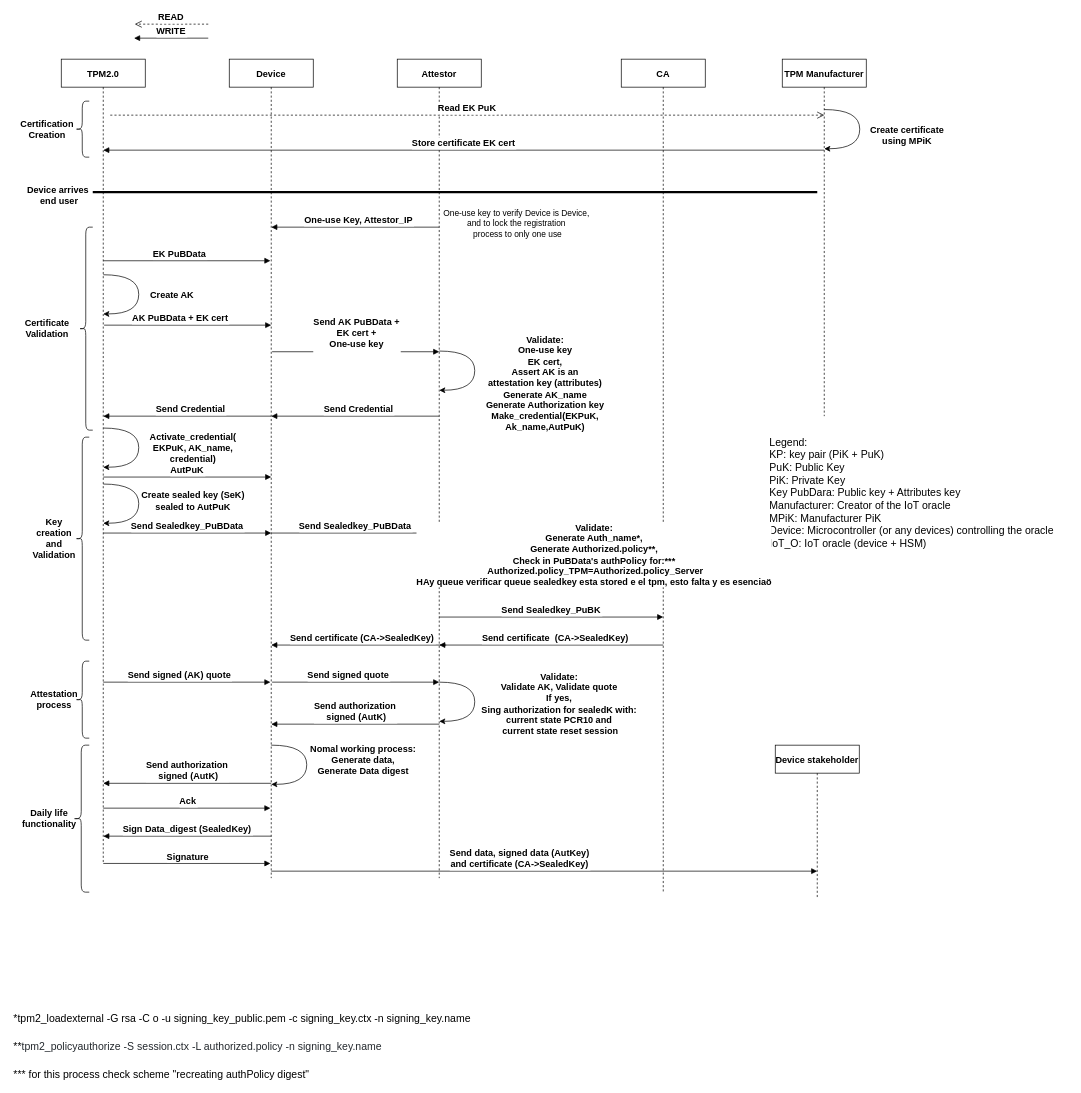
Above: server_remote/Scheme.drawio in ernesto418/Remote_attestation_server (draw.io), before the change. Source tidied: cells renumbered, new cells numbered last; positions are measured from the earlier drawing's top-left corner, leaving out a move shared by most shapes. Both pictures are drawn from the tidied source at 70%, with x=0, y=0 at pixel (12, 24).
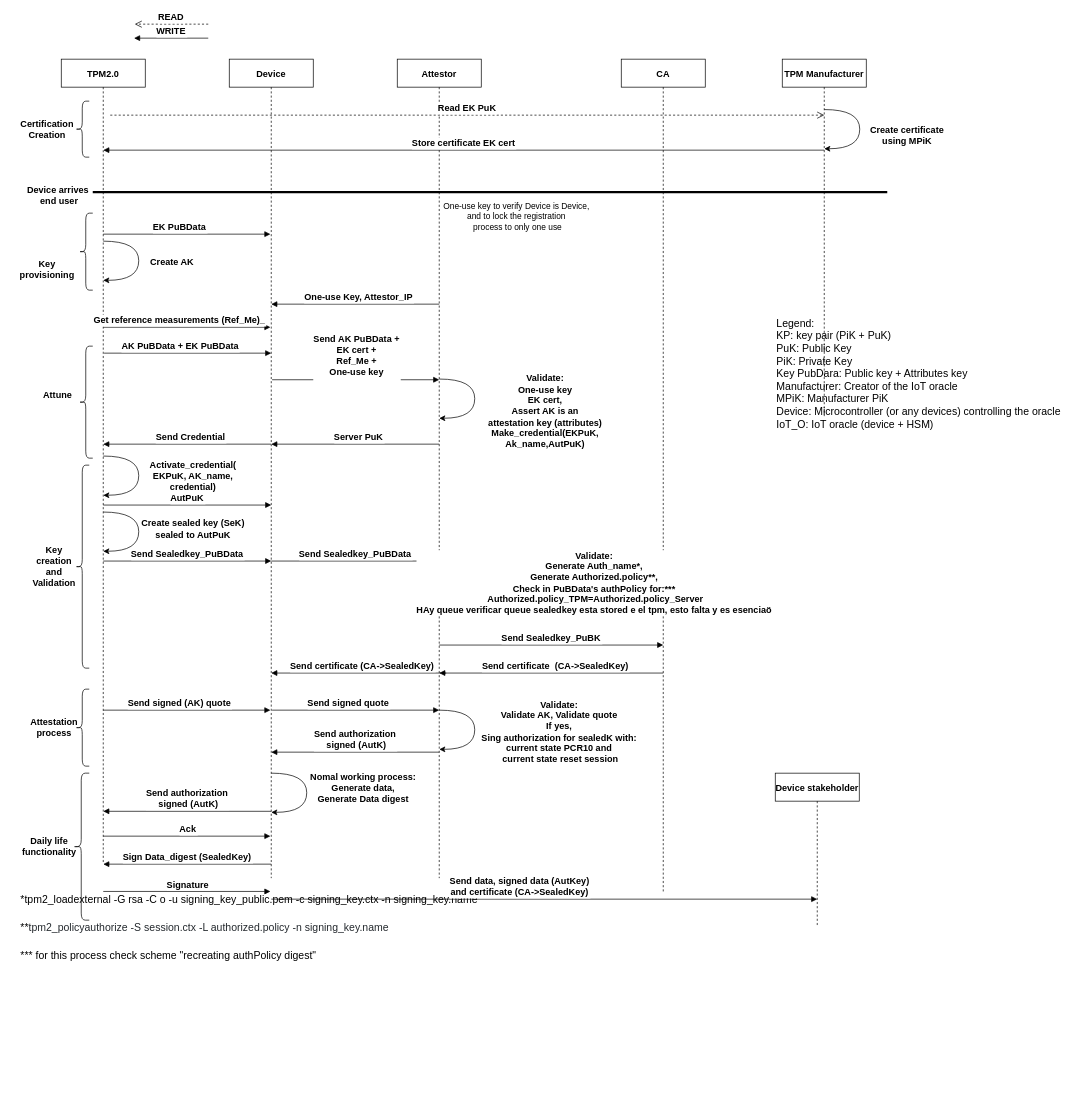
Above is the later version.

The edit, as a diff of the source:
```diff
@@
     <mxCell id="11" style="group;fontStyle=1;fontSize=13;" parent="1" vertex="1">
-      <mxGeometry x="45" y="290" width="70" height="290" as="geometry" />
+      <mxGeometry x="45" y="330" width="70" height="290" as="geometry" />
     </mxCell>
     <mxCell id="12" style="shape=curlyBracket;whiteSpace=wrap;html=1;rounded=1;size=0.5;fontStyle=1;fontSize=13;" parent="11" vertex="1">
-      <mxGeometry x="50" width="20" height="290" as="geometry" />
+      <mxGeometry x="50" y="130" width="20" height="160" as="geometry" />
     </mxCell>
+    <mxCell id="23" value="Attune" style="text;html=1;strokeColor=none;fillColor=none;align=center;verticalAlign=middle;whiteSpace=wrap;rounded=0;fontStyle=1;fontSize=13;" parent="11" vertex="1">
+      <mxGeometry y="190" width="40" height="20" as="geometry" />
+    </mxCell>
@@
     <mxCell id="17" value="&lt;font style=&quot;font-size: 15px&quot;&gt;&lt;span&gt;Legend:&lt;/span&gt;&lt;br&gt;KP: key pair (PiK + PuK)&lt;br&gt;&lt;span style=&quot;font-size: 15px&quot;&gt;PuK: Public Key&lt;/span&gt;&lt;br&gt;&lt;span style=&quot;font-size: 15px&quot;&gt;PiK: Private Key&lt;br&gt;&lt;/span&gt;Key PubDara: Public key + Attributes key&lt;br&gt;&lt;span style=&quot;font-size: 15px&quot;&gt;Manufacturer: Creator of the IoT oracle&lt;/span&gt;&lt;br&gt;&lt;span style=&quot;font-size: 15px&quot;&gt;MPiK: Manufacturer PiK&lt;/span&gt;&lt;br&gt;&lt;span style=&quot;font-size: 15px&quot;&gt;Device: Microcontroller (or any devices) controlling the oracle&lt;/span&gt;&lt;br&gt;&lt;div&gt;&lt;span&gt;&lt;font style=&quot;font-size: 15px&quot;&gt;IoT_O: IoT oracle (device + HSM)&lt;/font&gt;&lt;/span&gt;&lt;/div&gt;&lt;br&gt;&lt;/font&gt;" style="text;html=1;align=left;verticalAlign=middle;strokeColor=none;" parent="1" vertex="1">
-      <mxGeometry x="1080" y="603" width="420" height="150" as="geometry" />
+      <mxGeometry x="1090" y="433" width="420" height="150" as="geometry" />
     </mxCell>
@@
-    <mxCell id="19" value="Send AK PuBData +&#10;EK cert +&#10;One-use key&#10;" style="verticalAlign=bottom;endArrow=block;shadow=0;strokeWidth=1;fontStyle=1;fontSize=13;" parent="1" edge="1">
+    <mxCell id="19" value="Send AK PuBData +&#10;EK cert +&#10;Ref_Me +&#10;One-use key&#10;" style="verticalAlign=bottom;endArrow=block;shadow=0;strokeWidth=1;fontStyle=1;fontSize=13;" parent="1" edge="1">
       <mxGeometry x="0.01" y="-15" relative="1" as="geometry">
-        <mxPoint x="371.2" y="468" as="sourcePoint" />
-        <mxPoint x="610" y="468" as="targetPoint" />
+        <mxPoint x="371.2" y="508" as="sourcePoint" />
+        <mxPoint x="610" y="508" as="targetPoint" />
       </mxGeometry>
     </mxCell>
     <mxCell id="20" style="curved=1;endArrow=classic;html=1;" parent="1" edge="1">
       <mxGeometry relative="1" as="geometry">
-        <mxPoint x="130" y="358" as="sourcePoint" />
-        <mxPoint x="130" y="414" as="targetPoint" />
+        <mxPoint x="130" y="310" as="sourcePoint" />
+        <mxPoint x="130" y="366" as="targetPoint" />
         <Array as="points">
-          <mxPoint x="180.7" y="358" />
-          <mxPoint x="180.7" y="414" />
+          <mxPoint x="180.7" y="310" />
+          <mxPoint x="180.7" y="366" />
         </Array>
       </mxGeometry>
     </mxCell>
@@
     <mxCell id="22" value="&lt;font style=&quot;font-size: 15px&quot;&gt;*tpm2_loadexternal -G rsa -C o -u signing_key_public.pem -c signing_key.ctx -n signing_key.name&lt;/font&gt;" style="text;html=1;align=left;verticalAlign=middle;strokeColor=none;" parent="1" vertex="1">
-      <mxGeometry y="1410" width="670" height="20" as="geometry" />
+      <mxGeometry x="10" y="1240" width="670" height="20" as="geometry" />
     </mxCell>
-    <mxCell id="23" value="Certificate&lt;br&gt;Validation" style="text;html=1;strokeColor=none;fillColor=none;align=center;verticalAlign=middle;whiteSpace=wrap;rounded=0;fontStyle=1;fontSize=13;" parent="1" vertex="1">
-      <mxGeometry x="30" y="425" width="40" height="20" as="geometry" />
-    </mxCell>
     <mxCell id="24" value="AutPuK" style="verticalAlign=bottom;endArrow=block;shadow=0;strokeWidth=1;fontStyle=1;fontSize=13;" parent="1" edge="1">
       <mxGeometry relative="1" as="geometry">
-        <mxPoint x="130" y="647" as="sourcePoint" />
-        <mxPoint x="370" y="647" as="targetPoint" />
+        <mxPoint x="130" y="687" as="sourcePoint" />
+        <mxPoint x="370" y="687" as="targetPoint" />
       </mxGeometry>
     </mxCell>
@@
     <mxCell id="26" style="endArrow=none;html=1;strokeWidth=3;" parent="1" edge="1">
       <mxGeometry relative="1" as="geometry">
         <mxPoint x="115" y="240" as="sourcePoint" />
-        <mxPoint x="1150" y="240" as="targetPoint" />
+        <mxPoint x="1250" y="240" as="targetPoint" />
       </mxGeometry>
     </mxCell>
-    <mxCell id="27" value="AK PuBData + EK cert" style="verticalAlign=bottom;endArrow=block;shadow=0;strokeWidth=1;fontStyle=1;fontSize=13;" parent="1" edge="1">
+    <mxCell id="27" value="AK PuBData + EK PuBData" style="verticalAlign=bottom;endArrow=block;shadow=0;strokeWidth=1;fontStyle=1;fontSize=13;" parent="1" edge="1">
       <mxGeometry x="-0.09" relative="1" as="geometry">
-        <mxPoint x="131.2" y="430" as="sourcePoint" />
-        <mxPoint x="370" y="430" as="targetPoint" />
+        <mxPoint x="131.2" y="470" as="sourcePoint" />
+        <mxPoint x="370" y="470" as="targetPoint" />
       </mxGeometry>
     </mxCell>
     <mxCell id="28" value="EK PuBData" style="verticalAlign=bottom;endArrow=block;shadow=0;strokeWidth=1;fontStyle=1;fontSize=13;endFill=1;" parent="1" edge="1">
       <mxGeometry x="-0.09" relative="1" as="geometry">
-        <mxPoint x="130" y="338" as="sourcePoint" />
-        <mxPoint x="368.8" y="338" as="targetPoint" />
+        <mxPoint x="130" y="300" as="sourcePoint" />
+        <mxPoint x="368.8" y="300" as="targetPoint" />
       </mxGeometry>
     </mxCell>
     <mxCell id="29" style="curved=1;endArrow=classic;html=1;" parent="1" edge="1">
       <mxGeometry relative="1" as="geometry">
-        <mxPoint x="610" y="467" as="sourcePoint" />
-        <mxPoint x="610" y="523" as="targetPoint" />
+        <mxPoint x="610" y="507" as="sourcePoint" />
+        <mxPoint x="610" y="563" as="targetPoint" />
         <Array as="points">
-          <mxPoint x="660.7" y="467" />
-          <mxPoint x="660.7" y="523" />
+          <mxPoint x="660.7" y="507" />
+          <mxPoint x="660.7" y="563" />
         </Array>
       </mxGeometry>
     </mxCell>
-    <mxCell id="30" value="&lt;span style=&quot;font-size: 13px&quot;&gt;&lt;b&gt;Validate:&lt;br&gt;One-use key&lt;br&gt;&lt;/b&gt;&lt;/span&gt;&lt;span style=&quot;font-size: 13px ; font-weight: 700&quot;&gt;EK cert&lt;/span&gt;&lt;span style=&quot;font-size: 13px&quot;&gt;&lt;b&gt;,&lt;br&gt;Assert AK is an &lt;br&gt;attestation key (attributes)&lt;br&gt;&lt;/b&gt;&lt;/span&gt;&lt;span style=&quot;font-size: 13px&quot;&gt;&lt;b&gt;Generate AK_name&lt;br&gt;Generate Authorization key&lt;br&gt;Make_credential(EKPuK,&lt;br&gt;Ak_name,AutPuK)&lt;br&gt;&lt;br&gt;&lt;/b&gt;&lt;/span&gt;" style="edgeLabel;html=1;align=center;verticalAlign=middle;" parent="29" vertex="1">
+    <mxCell id="30" value="&lt;span style=&quot;font-size: 13px&quot;&gt;&lt;b&gt;Validate:&lt;br&gt;One-use key&lt;br&gt;&lt;/b&gt;&lt;/span&gt;&lt;span style=&quot;font-size: 13px ; font-weight: 700&quot;&gt;EK cert&lt;/span&gt;&lt;span style=&quot;font-size: 13px&quot;&gt;&lt;b&gt;,&lt;br&gt;Assert AK is an &lt;br&gt;attestation key (attributes)&lt;br&gt;&lt;/b&gt;&lt;/span&gt;&lt;span style=&quot;font-size: 13px&quot;&gt;&lt;b&gt;Make_credential(EKPuK,&lt;br&gt;Ak_name,AutPuK)&lt;br&gt;&lt;br&gt;&lt;/b&gt;&lt;/span&gt;" style="edgeLabel;html=1;align=center;verticalAlign=middle;" parent="29" vertex="1">
       <mxGeometry x="-0.36" y="-8" relative="1" as="geometry">
         <mxPoint x="100" y="45" as="offset" />
       </mxGeometry>
     </mxCell>
-    <mxCell id="31" value="Send Credential" style="verticalAlign=bottom;endArrow=block;endSize=6;shadow=0;strokeWidth=1;fontStyle=1;fontSize=13;endFill=1;" parent="1" edge="1">
+    <mxCell id="31" value="Server PuK" style="verticalAlign=bottom;endArrow=block;endSize=6;shadow=0;strokeWidth=1;fontStyle=1;fontSize=13;endFill=1;" parent="1" edge="1">
       <mxGeometry x="-0.04" relative="1" as="geometry">
-        <mxPoint x="610" y="560" as="sourcePoint" />
-        <mxPoint x="370" y="560" as="targetPoint" />
+        <mxPoint x="610" y="600" as="sourcePoint" />
+        <mxPoint x="370" y="600" as="targetPoint" />
       </mxGeometry>
     </mxCell>
     <mxCell id="32" value="One-use Key, Attestor_IP" style="verticalAlign=bottom;endArrow=block;endSize=6;shadow=0;strokeWidth=1;fontStyle=1;fontSize=13;endFill=1;" parent="1" edge="1">
       <mxGeometry x="-0.04" relative="1" as="geometry">
-        <mxPoint x="610" y="290" as="sourcePoint" />
-        <mxPoint x="370" y="290" as="targetPoint" />
+        <mxPoint x="610" y="400" as="sourcePoint" />
+        <mxPoint x="370" y="400" as="targetPoint" />
       </mxGeometry>
     </mxCell>
     <mxCell id="33" value="One-use key to verify Device is Device,&lt;br&gt;and to lock the registration&lt;br&gt;&amp;nbsp;process to only one use" style="text;html=1;align=center;verticalAlign=middle;strokeColor=none;" parent="1" vertex="1">
-      <mxGeometry x="610" y="260" width="220" height="50" as="geometry" />
+      <mxGeometry x="610" y="250" width="220" height="50" as="geometry" />
     </mxCell>
     <mxCell id="34" value="Send Credential" style="verticalAlign=bottom;endArrow=block;endSize=6;shadow=0;strokeWidth=1;fontStyle=1;fontSize=13;endFill=1;" parent="1" edge="1">
       <mxGeometry x="-0.04" relative="1" as="geometry">
-        <mxPoint x="370" y="560" as="sourcePoint" />
-        <mxPoint x="130" y="560" as="targetPoint" />
+        <mxPoint x="370" y="600" as="sourcePoint" />
+        <mxPoint x="130" y="600" as="targetPoint" />
       </mxGeometry>
     </mxCell>
     <mxCell id="35" style="curved=1;endArrow=classic;html=1;" parent="1" edge="1">
       <mxGeometry relative="1" as="geometry">
-        <mxPoint x="130" y="577" as="sourcePoint" />
-        <mxPoint x="130" y="633" as="targetPoint" />
+        <mxPoint x="130" y="617" as="sourcePoint" />
+        <mxPoint x="130" y="673" as="targetPoint" />
         <Array as="points">
-          <mxPoint x="180.7" y="577" />
-          <mxPoint x="180.7" y="633" />
+          <mxPoint x="180.7" y="617" />
+          <mxPoint x="180.7" y="673" />
         </Array>
       </mxGeometry>
     </mxCell>
@@
     <mxCell id="37" style="curved=1;endArrow=classic;html=1;" parent="1" edge="1">
       <mxGeometry relative="1" as="geometry">
-        <mxPoint x="130" y="657" as="sourcePoint" />
-        <mxPoint x="130" y="713" as="targetPoint" />
+        <mxPoint x="130" y="697" as="sourcePoint" />
+        <mxPoint x="130" y="753" as="targetPoint" />
         <Array as="points">
-          <mxPoint x="180.7" y="657" />
-          <mxPoint x="180.7" y="713" />
+          <mxPoint x="180.7" y="697" />
+          <mxPoint x="180.7" y="753" />
         </Array>
       </mxGeometry>
     </mxCell>
@@
     <mxCell id="39" value="Send Sealedkey_PuBData" style="verticalAlign=bottom;endArrow=block;shadow=0;strokeWidth=1;fontStyle=1;fontSize=13;" parent="1" edge="1">
       <mxGeometry relative="1" as="geometry">
-        <mxPoint x="130" y="727" as="sourcePoint" />
-        <mxPoint x="370" y="727" as="targetPoint" />
+        <mxPoint x="130" y="767" as="sourcePoint" />
+        <mxPoint x="370" y="767" as="targetPoint" />
       </mxGeometry>
     </mxCell>
     <mxCell id="40" value="Send Sealedkey_PuBData" style="verticalAlign=bottom;endArrow=block;shadow=0;strokeWidth=1;fontStyle=1;fontSize=13;" parent="1" edge="1">
       <mxGeometry relative="1" as="geometry">
-        <mxPoint x="370" y="727" as="sourcePoint" />
-        <mxPoint x="610" y="727" as="targetPoint" />
+        <mxPoint x="370" y="767" as="sourcePoint" />
+        <mxPoint x="610" y="767" as="targetPoint" />
       </mxGeometry>
     </mxCell>
     <mxCell id="41" style="curved=1;endArrow=classic;html=1;" parent="1" edge="1">
       <mxGeometry relative="1" as="geometry">
-        <mxPoint x="370" y="1030" as="sourcePoint" />
-        <mxPoint x="370" y="1086" as="targetPoint" />
+        <mxPoint x="370" y="1070" as="sourcePoint" />
+        <mxPoint x="370" y="1126" as="targetPoint" />
         <Array as="points">
-          <mxPoint x="420.7" y="1030" />
-          <mxPoint x="420.7" y="1086" />
+          <mxPoint x="420.7" y="1070" />
+          <mxPoint x="420.7" y="1126" />
         </Array>
       </mxGeometry>
     </mxCell>
@@
     <mxCell id="43" value="&lt;font&gt;&lt;span style=&quot;font-size: 15px&quot;&gt;**&lt;/span&gt;&lt;span style=&quot;color: rgb(36 , 41 , 46)&quot;&gt;&lt;font style=&quot;font-size: 15px&quot;&gt;tpm2_policyauthorize -S session.ctx -L authorized.policy -n signing_key.name&lt;/font&gt;&lt;/span&gt;&lt;br&gt;&lt;/font&gt;" style="text;html=1;align=left;verticalAlign=middle;strokeColor=none;" parent="1" vertex="1">
-      <mxGeometry y="1450" width="540" height="20" as="geometry" />
+      <mxGeometry x="10" y="1280" width="540" height="20" as="geometry" />
     </mxCell>
     <mxCell id="44" value="Send Sealedkey_PuBK" style="verticalAlign=bottom;endArrow=block;shadow=0;strokeWidth=1;fontStyle=1;fontSize=13;" parent="1" edge="1">
       <mxGeometry relative="1" as="geometry">
-        <mxPoint x="610" y="847" as="sourcePoint" />
-        <mxPoint x="930" y="847" as="targetPoint" />
+        <mxPoint x="610" y="887" as="sourcePoint" />
+        <mxPoint x="930" y="887" as="targetPoint" />
       </mxGeometry>
     </mxCell>
     <mxCell id="45" value="Send certificate  (CA-&gt;SealedKey)" style="verticalAlign=bottom;endArrow=block;endSize=6;shadow=0;strokeWidth=1;fontStyle=1;fontSize=13;endFill=1;" parent="1" edge="1">
       <mxGeometry x="-0.04" relative="1" as="geometry">
-        <mxPoint x="930" y="887" as="sourcePoint" />
-        <mxPoint x="610" y="887" as="targetPoint" />
+        <mxPoint x="930" y="927" as="sourcePoint" />
+        <mxPoint x="610" y="927" as="targetPoint" />
       </mxGeometry>
     </mxCell>
     <mxCell id="46" value="Send certificate (CA-&gt;SealedKey)" style="verticalAlign=bottom;endArrow=block;endSize=6;shadow=0;strokeWidth=1;fontStyle=1;fontSize=13;endFill=1;" parent="1" edge="1">
       <mxGeometry x="-0.04" relative="1" as="geometry">
-        <mxPoint x="620" y="887" as="sourcePoint" />
-        <mxPoint x="370" y="887" as="targetPoint" />
+        <mxPoint x="620" y="927" as="sourcePoint" />
+        <mxPoint x="370" y="927" as="targetPoint" />
       </mxGeometry>
     </mxCell>
     <mxCell id="47" style="group;fontStyle=1;fontSize=13;" parent="1" vertex="1">
-      <mxGeometry x="40" y="590" width="70" height="290" as="geometry" />
+      <mxGeometry x="40" y="630" width="70" height="290" as="geometry" />
     </mxCell>
@@
     <mxCell id="50" style="group;fontStyle=1;fontSize=13;" parent="1" vertex="1">
-      <mxGeometry x="40" y="910" width="70" height="110" as="geometry" />
+      <mxGeometry x="40" y="950" width="70" height="110" as="geometry" />
     </mxCell>
@@
     <mxCell id="53" value="Send signed (AK) quote" style="verticalAlign=bottom;endArrow=block;shadow=0;strokeWidth=1;fontStyle=1;fontSize=13;endFill=1;" parent="1" edge="1">
       <mxGeometry x="-0.09" relative="1" as="geometry">
-        <mxPoint x="130" y="940" as="sourcePoint" />
-        <mxPoint x="368.8" y="940" as="targetPoint" />
+        <mxPoint x="130" y="980" as="sourcePoint" />
+        <mxPoint x="368.8" y="980" as="targetPoint" />
       </mxGeometry>
     </mxCell>
     <mxCell id="54" value="Send signed quote" style="verticalAlign=bottom;endArrow=block;shadow=0;strokeWidth=1;fontStyle=1;fontSize=13;endFill=1;" parent="1" edge="1">
       <mxGeometry x="-0.09" relative="1" as="geometry">
-        <mxPoint x="371.2" y="940" as="sourcePoint" />
-        <mxPoint x="610" y="940" as="targetPoint" />
+        <mxPoint x="371.2" y="980" as="sourcePoint" />
+        <mxPoint x="610" y="980" as="targetPoint" />
       </mxGeometry>
     </mxCell>
     <mxCell id="55" style="curved=1;endArrow=classic;html=1;" parent="1" edge="1">
       <mxGeometry relative="1" as="geometry">
-        <mxPoint x="610" y="940" as="sourcePoint" />
-        <mxPoint x="610" y="996" as="targetPoint" />
+        <mxPoint x="610" y="980" as="sourcePoint" />
+        <mxPoint x="610" y="1036" as="targetPoint" />
         <Array as="points">
-          <mxPoint x="660.7" y="940" />
-          <mxPoint x="660.7" y="996" />
+          <mxPoint x="660.7" y="980" />
+          <mxPoint x="660.7" y="1036" />
         </Array>
       </mxGeometry>
     </mxCell>
@@
     <mxCell id="57" value="Send authorization&#10; signed (AutK)" style="verticalAlign=bottom;endArrow=block;endSize=6;shadow=0;strokeWidth=1;fontStyle=1;fontSize=13;endFill=1;" parent="1" edge="1">
       <mxGeometry relative="1" as="geometry">
-        <mxPoint x="610" y="1000" as="sourcePoint" />
-        <mxPoint x="370" y="1000" as="targetPoint" />
+        <mxPoint x="610" y="1040" as="sourcePoint" />
+        <mxPoint x="370" y="1040" as="targetPoint" />
       </mxGeometry>
     </mxCell>
     <mxCell id="58" value="Send authorization&#10; signed (AutK)" style="verticalAlign=bottom;endArrow=block;endSize=6;shadow=0;strokeWidth=1;fontStyle=1;fontSize=13;endFill=1;" parent="1" edge="1">
       <mxGeometry relative="1" as="geometry">
-        <mxPoint x="370" y="1084.5" as="sourcePoint" />
-        <mxPoint x="130" y="1084.5" as="targetPoint" />
+        <mxPoint x="370" y="1124.5" as="sourcePoint" />
+        <mxPoint x="130" y="1124.5" as="targetPoint" />
       </mxGeometry>
     </mxCell>
     <mxCell id="59" style="group;fontStyle=1;fontSize=13;" parent="1" vertex="1">
-      <mxGeometry x="30" y="1030" width="80" height="210" as="geometry" />
+      <mxGeometry x="30" y="1070" width="80" height="210" as="geometry" />
     </mxCell>
@@
     <mxCell id="62" style="curved=1;endArrow=classic;html=1;" parent="1" edge="1">
       <mxGeometry relative="1" as="geometry">
-        <mxPoint x="620" y="737" as="sourcePoint" />
-        <mxPoint x="620" y="793" as="targetPoint" />
+        <mxPoint x="620" y="777" as="sourcePoint" />
+        <mxPoint x="620" y="833" as="targetPoint" />
         <Array as="points">
-          <mxPoint x="670.7" y="737" />
-          <mxPoint x="670.7" y="793" />
+          <mxPoint x="670.7" y="777" />
+          <mxPoint x="670.7" y="833" />
         </Array>
       </mxGeometry>
     </mxCell>
@@
     <mxCell id="64" value="Ack" style="verticalAlign=bottom;endArrow=block;shadow=0;strokeWidth=1;fontStyle=1;fontSize=13;endFill=1;" parent="1" edge="1">
       <mxGeometry x="0.01" relative="1" as="geometry">
-        <mxPoint x="130" y="1120" as="sourcePoint" />
-        <mxPoint x="368.8" y="1120" as="targetPoint" />
+        <mxPoint x="130" y="1160" as="sourcePoint" />
+        <mxPoint x="368.8" y="1160" as="targetPoint" />
       </mxGeometry>
     </mxCell>
     <mxCell id="65" value="Sign Data_digest (SealedKey)" style="verticalAlign=bottom;endArrow=block;endSize=6;shadow=0;strokeWidth=1;fontStyle=1;fontSize=13;endFill=1;" parent="1" edge="1">
       <mxGeometry relative="1" as="geometry">
-        <mxPoint x="370" y="1160" as="sourcePoint" />
-        <mxPoint x="130" y="1160" as="targetPoint" />
+        <mxPoint x="370" y="1200" as="sourcePoint" />
+        <mxPoint x="130" y="1200" as="targetPoint" />
       </mxGeometry>
     </mxCell>
     <mxCell id="66" value="Signature" style="verticalAlign=bottom;endArrow=block;shadow=0;strokeWidth=1;fontStyle=1;fontSize=13;endFill=1;" parent="1" edge="1">
       <mxGeometry x="0.01" relative="1" as="geometry">
-        <mxPoint x="130" y="1199" as="sourcePoint" />
-        <mxPoint x="368.8" y="1199" as="targetPoint" />
+        <mxPoint x="130" y="1239" as="sourcePoint" />
+        <mxPoint x="368.8" y="1239" as="targetPoint" />
       </mxGeometry>
     </mxCell>
     <mxCell id="67" value="Send data, signed data (AutKey)&#10;and certificate (CA-&gt;SealedKey)" style="verticalAlign=bottom;endArrow=block;shadow=0;strokeWidth=1;fontStyle=1;fontSize=13;endFill=1;" parent="1" edge="1">
       <mxGeometry x="-0.09" relative="1" as="geometry">
-        <mxPoint x="370" y="1210" as="sourcePoint" />
-        <mxPoint x="1150" y="1210" as="targetPoint" />
+        <mxPoint x="370" y="1250" as="sourcePoint" />
+        <mxPoint x="1150" y="1250" as="targetPoint" />
       </mxGeometry>
     </mxCell>
     <mxCell id="68" value="Device stakeholder" style="shape=umlLifeline;perimeter=lifelinePerimeter;rounded=0;shadow=0;strokeWidth=1;fontStyle=1;fontSize=13;" parent="1" vertex="1">
-      <mxGeometry x="1090" y="1030" width="120" height="220" as="geometry" />
+      <mxGeometry x="1090" y="1070" width="120" height="220" as="geometry" />
     </mxCell>
     <mxCell id="69" value="&lt;font&gt;&lt;span style=&quot;font-size: 15px&quot;&gt;*** for this process check scheme &quot;recreating authPolicy digest&quot;&lt;/span&gt;&lt;br&gt;&lt;/font&gt;" style="text;html=1;align=left;verticalAlign=middle;strokeColor=none;" parent="1" vertex="1">
-      <mxGeometry y="1490" width="440" height="20" as="geometry" />
+      <mxGeometry x="10" y="1320" width="440" height="20" as="geometry" />
     </mxCell>
+    <mxCell id="70" style="shape=curlyBracket;whiteSpace=wrap;html=1;rounded=1;size=0.5;fontStyle=1;fontSize=13;" parent="1" vertex="1">
+      <mxGeometry x="95" y="270" width="20" height="110" as="geometry" />
+    </mxCell>
+    <mxCell id="71" value="Key provisioning" style="text;html=1;strokeColor=none;fillColor=none;align=center;verticalAlign=middle;whiteSpace=wrap;rounded=0;fontStyle=1;fontSize=13;" parent="1" vertex="1">
+      <mxGeometry x="30" y="340" width="40" height="20" as="geometry" />
+    </mxCell>
+    <mxCell id="72" value="Get reference measurements (Ref_Me)_" style="verticalAlign=bottom;endArrow=block;shadow=0;strokeWidth=1;fontStyle=1;fontSize=13;" parent="1" edge="1">
+      <mxGeometry x="-0.09" relative="1" as="geometry">
+        <mxPoint x="130" y="433" as="sourcePoint" />
+        <mxPoint x="368.8" y="433" as="targetPoint" />
+      </mxGeometry>
+    </mxCell>
```
